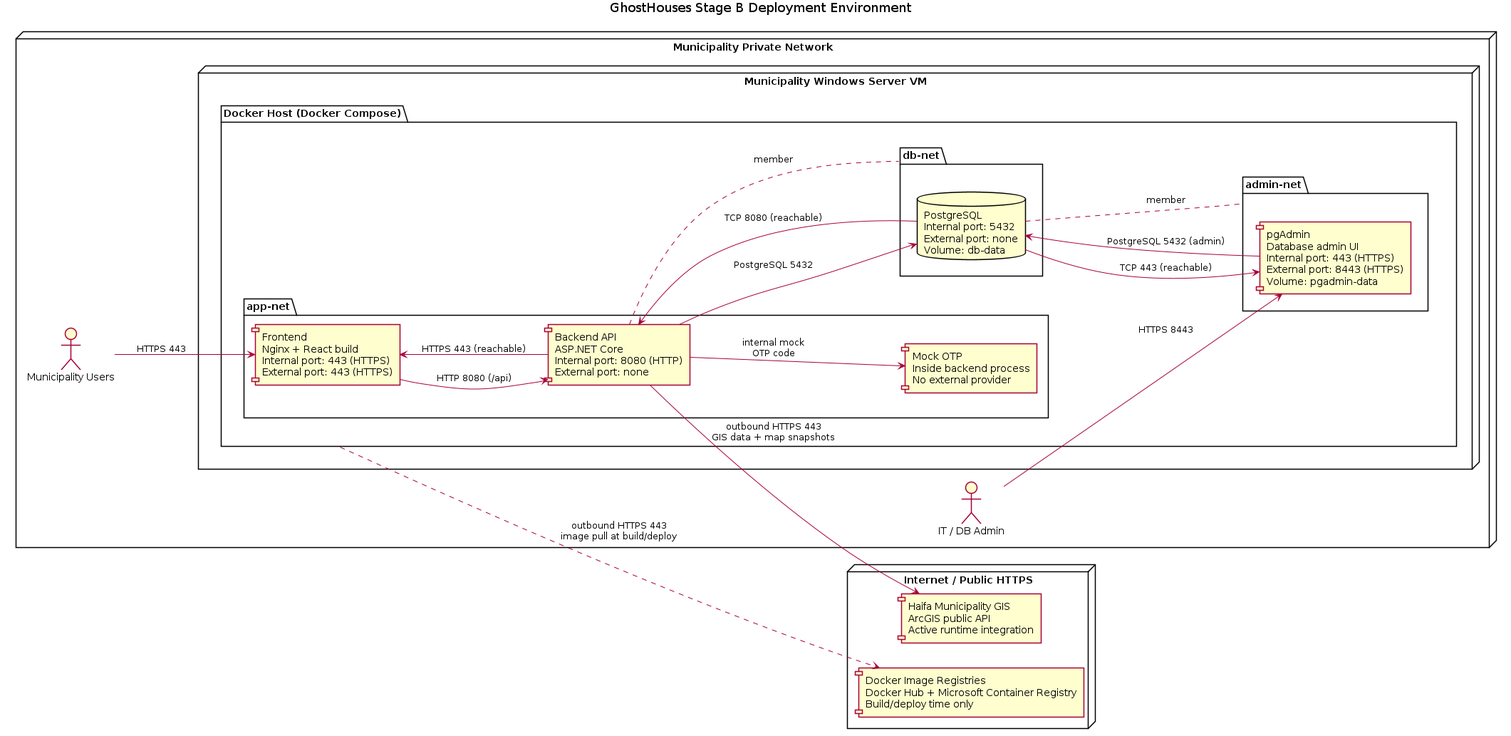
The PlantUML diagram docs/submissions/stage-b/uml/deployment/deployment_environment.png in bbdaria/GhostHouses, before a commit. Its source is kept beside it as docs/submissions/stage-b/uml/deployment/deployment_environment.puml.
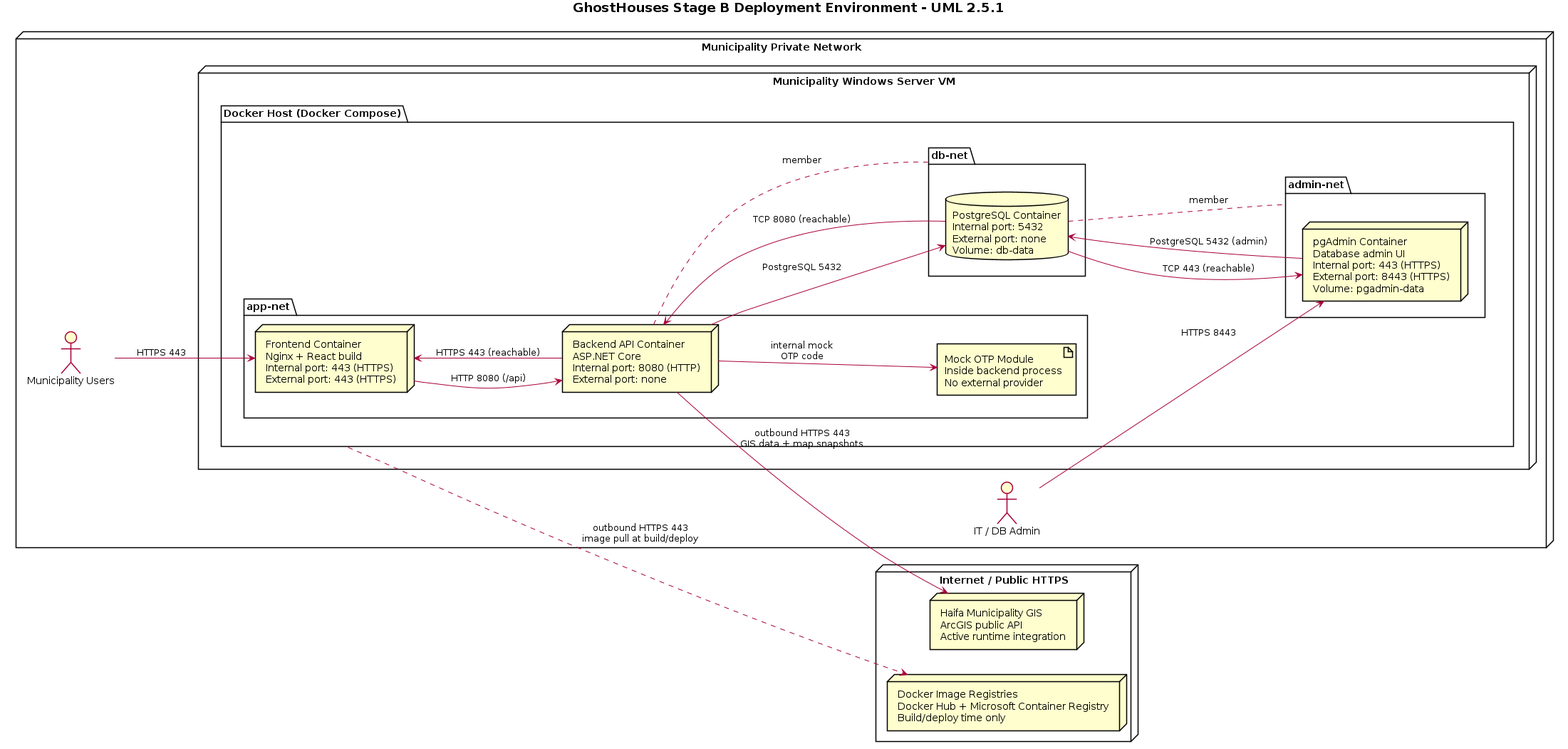
The same diagram one commit later.

Commit message:
Document Stage B architecture and UML evidence

Change to the diagram source:
```diff
@@ -1,5 +1,5 @@
 @startuml
-title GhostHouses Stage B Deployment Environment
+title <b>GhostHouses Stage B Deployment Environment - UML 2.5.1</b>
 
 skinparam shadowing false
 skinparam packageStyle rectangle
@@ -12,19 +12,19 @@
   node "Municipality Windows Server VM" {
     package "Docker Host (Docker Compose)" as dockerhost {
       package "app-net" as appnet {
-        component "Frontend\nNginx + React build\nInternal port: 443 (HTTPS)\nExternal port: 443 (HTTPS)" as frontend
-        component "Backend API\nASP.NET Core\nInternal port: 8080 (HTTP)\nExternal port: none" as backend
-        component "Mock OTP\nInside backend process\nNo external provider" as otp
+        node "Frontend Container\nNginx + React build\nInternal port: 443 (HTTPS)\nExternal port: 443 (HTTPS)" as frontend
+        node "Backend API Container\nASP.NET Core\nInternal port: 8080 (HTTP)\nExternal port: none" as backend
+        artifact "Mock OTP Module\nInside backend process\nNo external provider" as otp
         frontend -[hidden]right- backend
         backend -[hidden]down- otp
       }
 
       package "db-net" as dbnet {
-        database "PostgreSQL\nInternal port: 5432\nExternal port: none\nVolume: db-data" as db
+        database "PostgreSQL Container\nInternal port: 5432\nExternal port: none\nVolume: db-data" as db
       }
 
       package "admin-net" as adminnet {
-        component "pgAdmin\nDatabase admin UI\nInternal port: 443 (HTTPS)\nExternal port: 8443 (HTTPS)\nVolume: pgadmin-data" as pgadmin
+        node "pgAdmin Container\nDatabase admin UI\nInternal port: 443 (HTTPS)\nExternal port: 8443 (HTTPS)\nVolume: pgadmin-data" as pgadmin
       }
 
       backend .. dbnet : member
@@ -36,8 +36,8 @@
 }
 
 node "Internet / Public HTTPS" as internet {
-  component "Docker Image Registries\nDocker Hub + Microsoft Container Registry\nBuild/deploy time only" as registries
-  component "Haifa Municipality GIS\nArcGIS public API\nActive runtime integration" as gis
+  node "Docker Image Registries\nDocker Hub + Microsoft Container Registry\nBuild/deploy time only" as registries
+  node "Haifa Municipality GIS\nArcGIS public API\nActive runtime integration" as gis
 }
 
 users --> frontend : HTTPS 443
```
